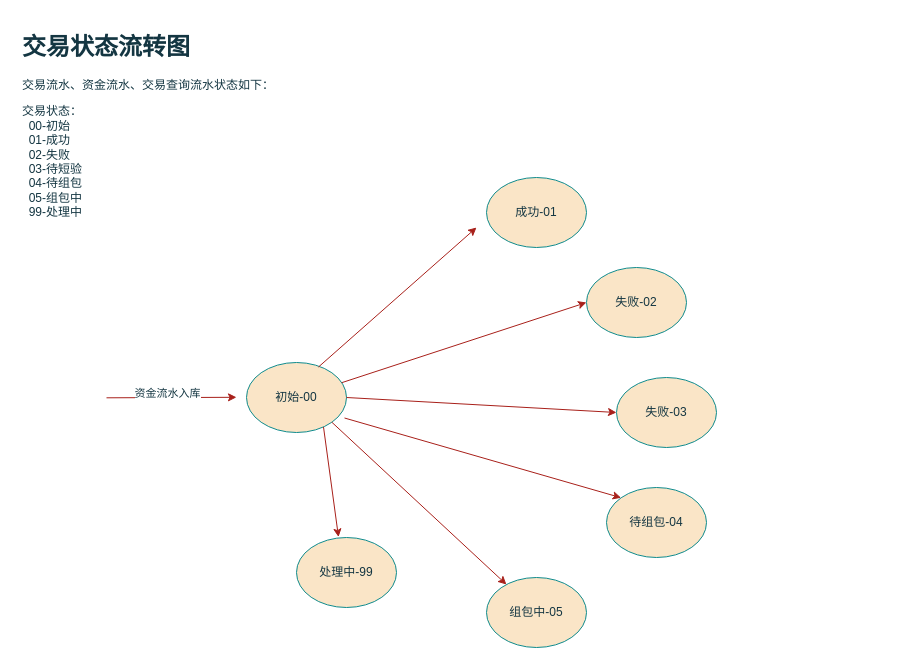
The draw.io diagram page "状态流转图" (5 of 5) of 批扣流程.drawio in gaofv/draw, before the edit. Source tidied: cells renumbered, new cells numbered last; positions are measured from the earlier drawing's top-left corner, leaving out a move shared by most shapes. Both pictures are drawn from the tidied source at 100%, with x=0, y=0 at pixel (17, 27).
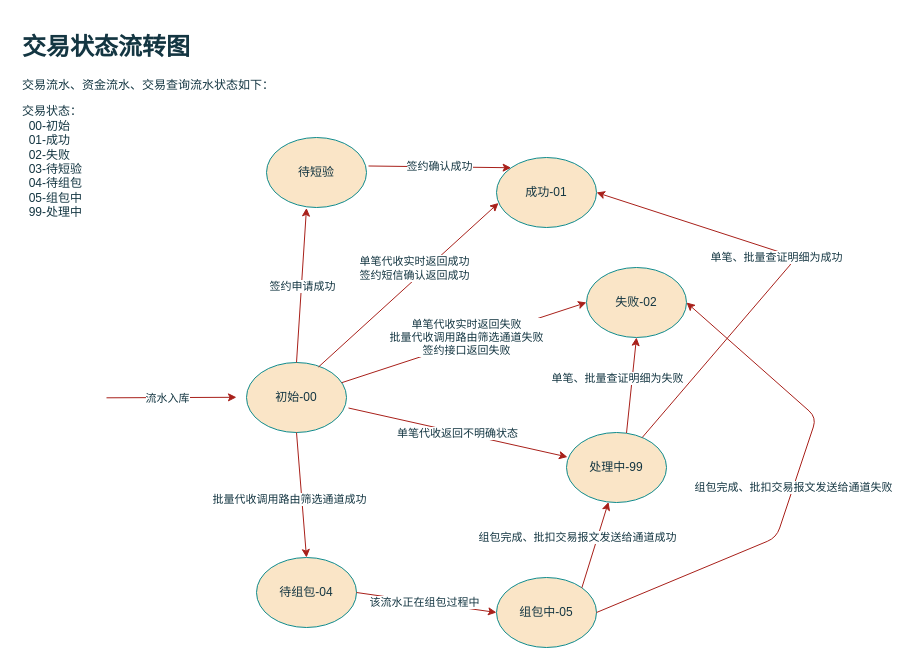
After the change.

Unchanged cells that the change refers to:
```xml
<mxCell id="2" value="初始-00" style="ellipse;whiteSpace=wrap;html=1;rounded=1;strokeColor=#0F8B8D;fontColor=#143642;fillColor=#FAE5C7;" parent="1" vertex="1">
  <mxGeometry x="229" y="335" width="100" height="70" as="geometry" />
</mxCell>
<mxCell id="6" value="失败-02" style="ellipse;whiteSpace=wrap;html=1;rounded=1;strokeColor=#0F8B8D;fontColor=#143642;fillColor=#FAE5C7;" parent="1" vertex="1">
  <mxGeometry x="569" y="240" width="100" height="70" as="geometry" />
</mxCell>
<mxCell id="9" style="endArrow=classic;html=1;rounded=1;strokeColor=#A8201A;fontColor=#143642;fillColor=#FAE5C7;" parent="1" edge="1">
  <mxGeometry relative="1" as="geometry">
    <mxPoint x="89" y="370.3" as="sourcePoint" />
    <mxPoint x="219" y="369.8" as="targetPoint" />
  </mxGeometry>
</mxCell>
```

What changed in the source:
```diff
@@
     <mxCell id="3" value="处理中-99" style="ellipse;whiteSpace=wrap;html=1;rounded=1;strokeColor=#0F8B8D;fontColor=#143642;fillColor=#FAE5C7;" parent="1" vertex="1">
-      <mxGeometry x="279" y="510" width="100" height="70" as="geometry" />
+      <mxGeometry x="549" y="405" width="100" height="70" as="geometry" />
     </mxCell>
     <mxCell id="4" value="组包中-05" style="ellipse;whiteSpace=wrap;html=1;rounded=1;strokeColor=#0F8B8D;fontColor=#143642;fillColor=#FAE5C7;" parent="1" vertex="1">
-      <mxGeometry x="469" y="550" width="100" height="70" as="geometry" />
+      <mxGeometry x="479" y="550" width="100" height="70" as="geometry" />
     </mxCell>
     <mxCell id="5" value="待组包-04" style="ellipse;whiteSpace=wrap;html=1;rounded=1;strokeColor=#0F8B8D;fontColor=#143642;fillColor=#FAE5C7;" parent="1" vertex="1">
-      <mxGeometry x="589" y="460" width="100" height="70" as="geometry" />
+      <mxGeometry x="239" y="530" width="100" height="70" as="geometry" />
     </mxCell>
@@
     <mxCell id="7" value="成功-01" style="ellipse;whiteSpace=wrap;html=1;rounded=1;strokeColor=#0F8B8D;fontColor=#143642;fillColor=#FAE5C7;" parent="1" vertex="1">
-      <mxGeometry x="469" y="150" width="100" height="70" as="geometry" />
+      <mxGeometry x="479" y="130" width="100" height="70" as="geometry" />
     </mxCell>
-    <mxCell id="8" style="edgeStyle=none;jettySize=auto;html=1;rounded=1;strokeColor=#A8201A;fontColor=#143642;fillColor=#FAE5C7;exitX=0.72;exitY=0.064;exitDx=0;exitDy=0;exitPerimeter=0;entryX=0;entryY=0.5;entryDx=0;entryDy=0;" parent="1" edge="1" source="2">
-      <mxGeometry relative="1" as="geometry">
-        <mxPoint x="459" y="200" as="targetPoint" />
-      </mxGeometry>
+    <mxCell id="8" style="edgeStyle=none;jettySize=auto;html=1;rounded=1;strokeColor=#A8201A;fontColor=#143642;fillColor=#FAE5C7;exitX=0.72;exitY=0.064;exitDx=0;exitDy=0;exitPerimeter=0;entryX=0.02;entryY=0.65;entryDx=0;entryDy=0;entryPerimeter=0;" parent="1" edge="1" source="2" target="7">
+      <mxGeometry relative="1" as="geometry" />
     </mxCell>
+    <mxCell id="18" value="单笔代收实时返回成功&lt;br&gt;签约短信确认返回成功" style="edgeLabel;html=1;align=center;verticalAlign=middle;fontColor=#143642;" parent="8" vertex="1">
+      <mxGeometry x="0.05" y="-1" relative="1" as="geometry">
+        <mxPoint y="-14" as="offset" />
+      </mxGeometry>
+    </mxCell>
@@
-    <mxCell id="10" value="资金流水入库" style="edgeLabel;html=1;align=center;verticalAlign=middle;fontColor=#143642;" parent="9" vertex="1">
+    <mxCell id="10" value="流水入库" style="edgeLabel;html=1;align=center;verticalAlign=middle;fontColor=#143642;" parent="9" vertex="1">
       <mxGeometry x="0.18" y="-1" relative="1" as="geometry">
-        <mxPoint x="-17" y="-6" as="offset" />
+        <mxPoint x="-17" y="-1" as="offset" />
       </mxGeometry>
     </mxCell>
@@
-    <mxCell id="12" value="失败-03" style="ellipse;whiteSpace=wrap;html=1;rounded=1;strokeColor=#0F8B8D;fontColor=#143642;fillColor=#FAE5C7;" parent="1" vertex="1">
-      <mxGeometry x="599" y="350" width="100" height="70" as="geometry" />
-    </mxCell>
-    <mxCell id="13" style="edgeStyle=none;jettySize=auto;html=1;rounded=1;strokeColor=#A8201A;fontColor=#143642;fillColor=#FAE5C7;entryX=0;entryY=0.5;entryDx=0;entryDy=0;" parent="1" edge="1" source="2" target="6">
+    <mxCell id="13" style="edgeStyle=none;jettySize=auto;html=1;rounded=1;strokeColor=#A8201A;fontColor=#143642;fillColor=#FAE5C7;entryX=0;entryY=0.5;entryDx=0;entryDy=0;fontSize=8;" parent="1" edge="1" source="2" target="6">
       <mxGeometry relative="1" as="geometry" />
     </mxCell>
-    <mxCell id="14" style="edgeStyle=none;jettySize=auto;html=1;rounded=1;strokeColor=#A8201A;fontColor=#143642;fillColor=#FAE5C7;entryX=0;entryY=0.5;entryDx=0;entryDy=0;exitX=1;exitY=0.5;exitDx=0;exitDy=0;" parent="1" edge="1" source="2" target="12">
-      <mxGeometry relative="1" as="geometry" />
-    </mxCell>
+    <mxCell id="19" value="&lt;font style=&quot;font-size: 11px;&quot;&gt;单笔代收实时返回失败&lt;br style=&quot;font-size: 11px;&quot;&gt;批量代收调用路由筛选通道失败&lt;br&gt;签约接口返回失败&lt;br&gt;&lt;/font&gt;" style="edgeLabel;html=1;align=center;verticalAlign=middle;fontColor=#143642;fontSize=10;" parent="13" vertex="1">
+      <mxGeometry x="-0.16" y="4" relative="1" as="geometry">
+        <mxPoint x="23" y="-8" as="offset" />
+      </mxGeometry>
+    </mxCell>
-    <mxCell id="15" style="edgeStyle=none;jettySize=auto;html=1;rounded=1;strokeColor=#A8201A;fontColor=#143642;fillColor=#FAE5C7;entryX=0;entryY=0;entryDx=0;entryDy=0;exitX=0.98;exitY=0.793;exitDx=0;exitDy=0;exitPerimeter=0;" parent="1" edge="1" source="2" target="5">
+    <mxCell id="15" style="edgeStyle=none;jettySize=auto;html=1;rounded=1;strokeColor=#A8201A;fontColor=#143642;fillColor=#FAE5C7;entryX=0.5;entryY=0;entryDx=0;entryDy=0;exitX=0.5;exitY=1;exitDx=0;exitDy=0;" parent="1" edge="1" source="2" target="5">
       <mxGeometry relative="1" as="geometry" />
     </mxCell>
-    <mxCell id="16" style="edgeStyle=none;jettySize=auto;html=1;rounded=1;strokeColor=#A8201A;fontColor=#143642;fillColor=#FAE5C7;exitX=1;exitY=1;exitDx=0;exitDy=0;" parent="1" edge="1" source="2" target="4">
-      <mxGeometry relative="1" as="geometry" />
-    </mxCell>
+    <mxCell id="20" value="批量代收调用路由筛选通道成功" style="edgeLabel;html=1;align=center;verticalAlign=middle;fontColor=#143642;" parent="15" vertex="1">
+      <mxGeometry x="-0.38" relative="1" as="geometry">
+        <mxPoint x="-11" y="28" as="offset" />
+      </mxGeometry>
+    </mxCell>
-    <mxCell id="17" style="edgeStyle=none;jettySize=auto;html=1;rounded=1;strokeColor=#A8201A;fontColor=#143642;fillColor=#FAE5C7;entryX=0.42;entryY=-0.007;entryDx=0;entryDy=0;entryPerimeter=0;exitX=0.77;exitY=0.921;exitDx=0;exitDy=0;exitPerimeter=0;" parent="1" edge="1" source="2" target="3">
+    <mxCell id="17" style="edgeStyle=none;jettySize=auto;html=1;rounded=1;strokeColor=#A8201A;fontColor=#143642;fillColor=#FAE5C7;exitX=1.02;exitY=0.65;exitDx=0;exitDy=0;exitPerimeter=0;entryX=0.01;entryY=0.35;entryDx=0;entryDy=0;entryPerimeter=0;" parent="1" edge="1" source="2" target="3">
       <mxGeometry relative="1" as="geometry" />
     </mxCell>
+    <mxCell id="21" value="单笔代收返回不明确状态" style="edgeLabel;html=1;align=center;verticalAlign=middle;fontColor=#143642;" parent="17" vertex="1">
+      <mxGeometry x="-0.24" y="1" relative="1" as="geometry">
+        <mxPoint x="25" y="7" as="offset" />
+      </mxGeometry>
+    </mxCell>
+    <mxCell id="22" style="edgeStyle=none;jettySize=auto;html=1;rounded=1;strokeColor=#A8201A;fontColor=#143642;fillColor=#FAE5C7;entryX=0.5;entryY=1;entryDx=0;entryDy=0;exitX=0.6;exitY=0.007;exitDx=0;exitDy=0;exitPerimeter=0;" parent="1" edge="1" source="3" target="6">
+      <mxGeometry relative="1" as="geometry" />
+    </mxCell>
+    <mxCell id="23" style="edgeStyle=none;jettySize=auto;html=1;rounded=1;strokeColor=#A8201A;fontColor=#143642;fillColor=#FAE5C7;entryX=1;entryY=0.5;entryDx=0;entryDy=0;" parent="1" edge="1" source="3" target="7">
+      <mxGeometry relative="1" as="geometry">
+        <Array as="points">
+          <mxPoint x="779" y="230" />
+        </Array>
+      </mxGeometry>
+    </mxCell>
+    <mxCell id="24" value="单笔、批量查证明细为成功" style="edgeLabel;html=1;align=center;verticalAlign=middle;fontColor=#143642;" parent="23" vertex="1">
+      <mxGeometry x="0.58" y="-2" relative="1" as="geometry">
+        <mxPoint x="89" y="37" as="offset" />
+      </mxGeometry>
+    </mxCell>
+    <mxCell id="25" value="单笔、批量查证明细为失败" style="edgeLabel;html=1;align=center;verticalAlign=middle;fontColor=#143642;" parent="1" vertex="1">
+      <mxGeometry x="599" y="350" as="geometry" />
+    </mxCell>
+    <mxCell id="26" style="edgeStyle=none;jettySize=auto;html=1;rounded=1;strokeColor=#A8201A;fontColor=#143642;fillColor=#FAE5C7;exitX=1;exitY=0.5;exitDx=0;exitDy=0;entryX=0;entryY=0.5;entryDx=0;entryDy=0;" parent="1" edge="1" source="5" target="4">
+      <mxGeometry relative="1" as="geometry" />
+    </mxCell>
+    <mxCell id="27" value="该流水正在组包过程中" style="edgeLabel;html=1;align=center;verticalAlign=middle;fontColor=#143642;" parent="26" vertex="1">
+      <mxGeometry x="-0.04" relative="1" as="geometry" />
+    </mxCell>
+    <mxCell id="28" style="edgeStyle=none;jettySize=auto;html=1;rounded=1;strokeColor=#A8201A;fontColor=#143642;fillColor=#FAE5C7;exitX=1;exitY=0;exitDx=0;exitDy=0;entryX=0.42;entryY=0.993;entryDx=0;entryDy=0;entryPerimeter=0;" parent="1" edge="1" source="4" target="3">
+      <mxGeometry relative="1" as="geometry" />
+    </mxCell>
+    <mxCell id="29" value="组包完成、批扣交易报文发送给通道成功" style="edgeLabel;html=1;align=center;verticalAlign=middle;fontColor=#143642;" parent="28" vertex="1">
+      <mxGeometry x="-0.01" y="-2" relative="1" as="geometry">
+        <mxPoint x="-20" y="-9" as="offset" />
+      </mxGeometry>
+    </mxCell>
+    <mxCell id="30" value="组包完成、批扣交易报文发送给通道失败" style="edgeStyle=none;jettySize=auto;html=1;rounded=1;strokeColor=#A8201A;fontColor=#143642;fillColor=#FAE5C7;exitX=1;exitY=0.5;exitDx=0;exitDy=0;entryX=1;entryY=0.5;entryDx=0;entryDy=0;" parent="1" edge="1" source="4" target="6">
+      <mxGeometry relative="1" as="geometry">
+        <Array as="points">
+          <mxPoint x="759" y="510" />
+          <mxPoint x="799" y="390" />
+        </Array>
+      </mxGeometry>
+    </mxCell>
+    <mxCell id="31" value="待短验" style="ellipse;whiteSpace=wrap;html=1;rounded=1;strokeColor=#0F8B8D;fontColor=#143642;fillColor=#FAE5C7;" parent="1" vertex="1">
+      <mxGeometry x="249" y="110" width="100" height="70" as="geometry" />
+    </mxCell>
+    <mxCell id="32" style="edgeStyle=none;jettySize=auto;html=1;rounded=1;strokeColor=#A8201A;fontColor=#143642;fillColor=#FAE5C7;exitX=0.5;exitY=0;exitDx=0;exitDy=0;entryX=0.4;entryY=1.007;entryDx=0;entryDy=0;entryPerimeter=0;" parent="1" edge="1" source="2" target="31">
+      <mxGeometry relative="1" as="geometry" />
+    </mxCell>
+    <mxCell id="33" value="签约申请成功" style="edgeLabel;html=1;align=center;verticalAlign=middle;fontColor=#143642;" parent="32" vertex="1">
+      <mxGeometry y="-1" relative="1" as="geometry" />
+    </mxCell>
+    <mxCell id="34" value="签约确认成功" style="edgeStyle=none;jettySize=auto;html=1;rounded=1;strokeColor=#A8201A;fontColor=#143642;fillColor=#FAE5C7;exitX=1.02;exitY=0.407;exitDx=0;exitDy=0;entryX=0;entryY=0;entryDx=0;entryDy=0;exitPerimeter=0;" parent="1" edge="1" source="31" target="7">
+      <mxGeometry relative="1" as="geometry" />
+    </mxCell>
```
